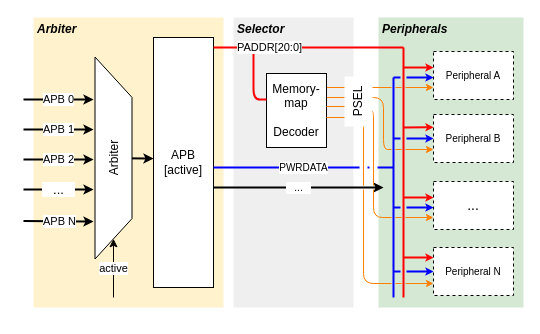
Above: docs/img/decoder.drawio in bendl/vmicro16 (draw.io), before the change. Source tidied: cells renumbered, new cells numbered last; positions are measured from the earlier drawing's top-left corner, leaving out a move shared by most shapes. Both pictures are drawn from the tidied source at 100%, with x=0, y=0 at pixel (12, 17).
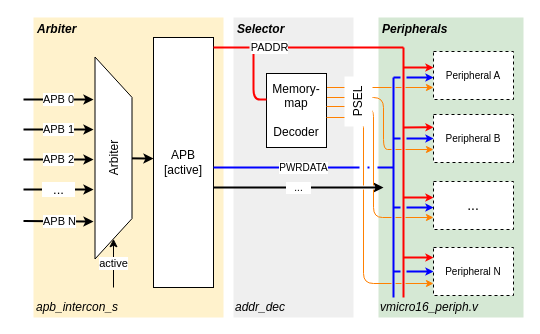
After the change.

Unchanged cells that the change refers to:
```xml
<mxCell id="31" value="Arbiter" style="shape=trapezoid;perimeter=trapezoidPerimeter;whiteSpace=wrap;html=1;fillColor=#ffffff;rotation=-90;flipV=1;" parent="1" vertex="1">
  <mxGeometry y="122" width="202" height="37" as="geometry" />
</mxCell>
```

What changed in the source:
```diff
@@
     <mxCell id="2" value="Selector" style="rounded=0;whiteSpace=wrap;html=1;labelBackgroundColor=none;fillColor=#EFEFEF;fontSize=12;align=left;strokeColor=none;fontStyle=3;verticalAlign=top;spacingTop=-4;spacing=4;" parent="1" vertex="1">
-      <mxGeometry x="221" width="120" height="290" as="geometry" />
+      <mxGeometry x="221" width="120" height="300" as="geometry" />
     </mxCell>
     <mxCell id="3" value="Arbiter" style="rounded=0;whiteSpace=wrap;html=1;labelBackgroundColor=none;fillColor=#FFF2CC;fontSize=12;align=left;strokeColor=none;fontStyle=3;verticalAlign=top;spacingTop=-4;spacing=4;labelBorderColor=none;" parent="1" vertex="1">
-      <mxGeometry x="21" width="190" height="290" as="geometry" />
+      <mxGeometry x="21" width="190" height="300" as="geometry" />
     </mxCell>
     <mxCell id="4" value="Peripherals" style="rounded=0;whiteSpace=wrap;html=1;labelBackgroundColor=none;fillColor=#D5E8D4;fontSize=12;align=left;strokeColor=none;fontStyle=3;verticalAlign=top;spacingTop=-4;spacing=4;" parent="1" vertex="1">
-      <mxGeometry x="366" width="145" height="290" as="geometry" />
+      <mxGeometry x="366" width="145" height="300" as="geometry" />
     </mxCell>
@@
-    <mxCell id="27" value="PADDR[20:0]" style="endArrow=none;html=1;strokeColor=#FF0000;strokeWidth=2;jumpStyle=gap;" parent="1" edge="1">
+    <mxCell id="27" value="PADDR" style="endArrow=none;html=1;strokeColor=#FF0000;strokeWidth=2;jumpStyle=gap;" parent="1" edge="1">
       <mxGeometry x="-0.41" relative="1" as="geometry">
         <mxPoint x="201" y="30" as="sourcePoint" />
         <mxPoint x="391" y="30" as="targetPoint" />
       </mxGeometry>
     </mxCell>
@@
     <mxCell id="32" value="active" style="endArrow=classic;html=1;strokeColor=#000000;strokeWidth=1;entryX=0;entryY=0.5;entryDx=0;entryDy=0;" parent="1" edge="1" target="31">
       <mxGeometry relative="1" as="geometry">
-        <mxPoint x="101" y="280" as="sourcePoint" />
+        <mxPoint x="101" y="270" as="sourcePoint" />
       </mxGeometry>
     </mxCell>
@@
+    <mxCell id="38" value="apb_intercon_s" style="text;html=1;strokeColor=none;fillColor=none;align=left;verticalAlign=middle;whiteSpace=wrap;rounded=0;fontStyle=2;spacing=3;" parent="1" vertex="1">
+      <mxGeometry x="21" y="280" width="190" height="20" as="geometry" />
+    </mxCell>
+    <mxCell id="39" value="addr_dec" style="text;html=1;strokeColor=none;fillColor=none;align=left;verticalAlign=middle;whiteSpace=wrap;rounded=0;fontStyle=2;" parent="1" vertex="1">
+      <mxGeometry x="221" y="280" width="120" height="20" as="geometry" />
+    </mxCell>
+    <mxCell id="40" value="vmicro16_periph.v" style="text;html=1;strokeColor=none;fillColor=none;align=left;verticalAlign=middle;whiteSpace=wrap;rounded=0;fontStyle=2;" parent="1" vertex="1">
+      <mxGeometry x="366" y="280" width="145" height="20" as="geometry" />
+    </mxCell>
```
